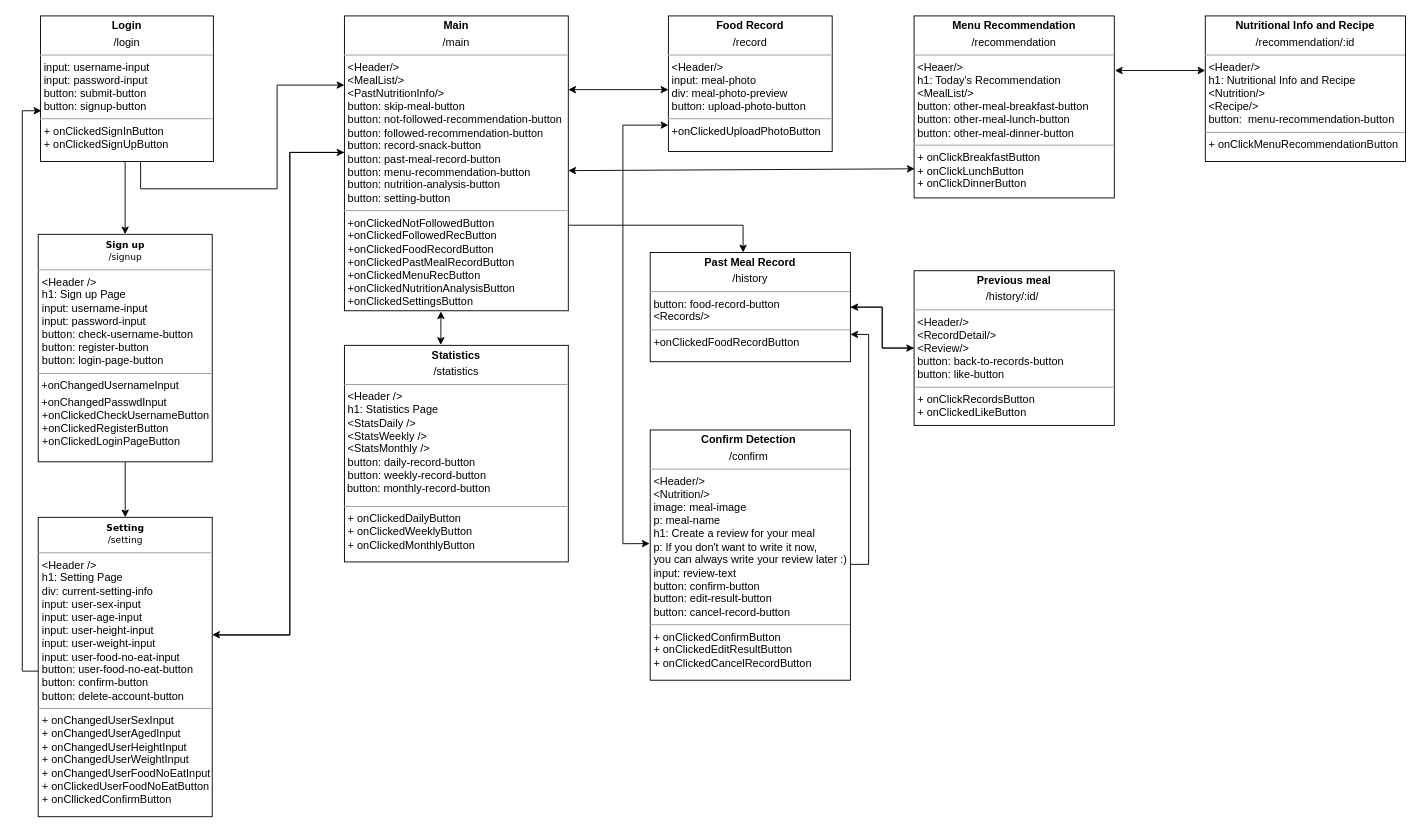
swsnu/swpp2021-team5 keeps this draw.io diagram as diagrams/Frontend_UML.drawio. Above is the earlier version. Source tidied: cells renumbered, new cells numbered last; positions are measured from the earlier drawing's top-left corner, leaving out a move shared by most shapes. Both pictures are drawn from the tidied source at 91%, with x=0, y=0 at pixel (22, 15).
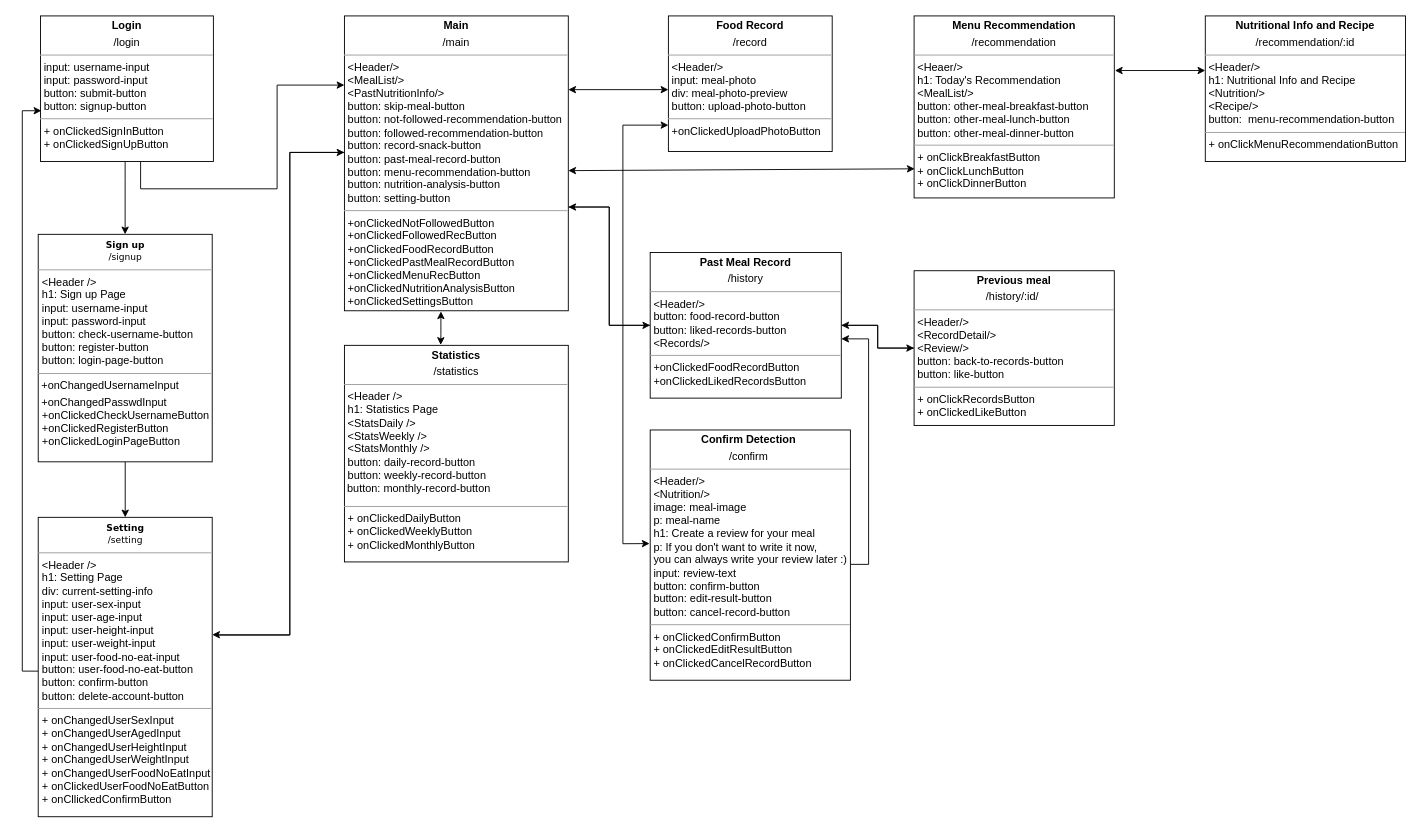
Above is the later version.

Unchanged cells that the change refers to:
```xml
<mxCell id="4" value="&lt;p style=&quot;margin: 0px ; margin-top: 4px ; text-align: center&quot;&gt;&lt;b&gt;Main&lt;/b&gt;&lt;/p&gt;&lt;p style=&quot;margin: 0px ; margin-top: 4px ; text-align: center&quot;&gt;/main&lt;/p&gt;&lt;hr size=&quot;1&quot;&gt;&lt;p style=&quot;margin: 0px ; margin-left: 4px&quot;&gt;&lt;span&gt;&amp;lt;Header/&amp;gt;&lt;/span&gt;&lt;/p&gt;&lt;p style=&quot;margin: 0px ; margin-left: 4px&quot;&gt;&lt;span&gt;&amp;lt;MealList/&amp;gt;&lt;/span&gt;&lt;br&gt;&lt;/p&gt;&lt;p style=&quot;margin: 0px ; margin-left: 4px&quot;&gt;&amp;lt;PastNutritionInfo/&amp;gt;&lt;/p&gt;&lt;p style=&quot;margin: 0px ; margin-left: 4px&quot;&gt;button: skip-meal-button&lt;/p&gt;&lt;p style=&quot;margin: 0px ; margin-left: 4px&quot;&gt;button: not-followed-recommendation-button&lt;/p&gt;&lt;p style=&quot;margin: 0px 0px 0px 4px&quot;&gt;button: followed-recommendation-button&lt;/p&gt;&lt;p style=&quot;margin: 0px ; margin-left: 4px&quot;&gt;&lt;span&gt;button: record-snack-button&lt;/span&gt;&lt;br&gt;&lt;/p&gt;&lt;p style=&quot;margin: 0px 0px 0px 4px&quot;&gt;button: past-meal-record-button&lt;/p&gt;&lt;p style=&quot;margin: 0px 0px 0px 4px&quot;&gt;button: menu-recommendation-button&lt;/p&gt;&lt;p style=&quot;margin: 0px 0px 0px 4px&quot;&gt;button: nutrition-analysis-button&lt;/p&gt;&lt;p style=&quot;margin: 0px 0px 0px 4px&quot;&gt;&lt;span&gt;button: setting-button&lt;/span&gt;&lt;br&gt;&lt;/p&gt;&lt;hr size=&quot;1&quot;&gt;&lt;p style=&quot;margin: 0px ; margin-left: 4px&quot;&gt;+onClickedNotFollowedButton&lt;/p&gt;&lt;p style=&quot;margin: 0px ; margin-left: 4px&quot;&gt;+onClickedFollowedRecButton&lt;br&gt;&lt;/p&gt;&lt;p style=&quot;margin: 0px ; margin-left: 4px&quot;&gt;+onClickedFoodRecordButton&lt;/p&gt;&lt;p style=&quot;margin: 0px 0px 0px 4px&quot;&gt;+onClickedPastMealRecordButton&lt;/p&gt;&lt;p style=&quot;margin: 0px ; margin-left: 4px&quot;&gt;+onClickedMenuRecButton&lt;/p&gt;&lt;p style=&quot;margin: 0px ; margin-left: 4px&quot;&gt;+onClickedNutritionAnalysisButton&lt;/p&gt;&lt;p style=&quot;margin: 0px ; margin-left: 4px&quot;&gt;&lt;span&gt;+onClickedSettingsButton&lt;/span&gt;&lt;br&gt;&lt;/p&gt;" style="verticalAlign=top;align=left;overflow=fill;fontSize=12;fontFamily=Helvetica;html=1;rounded=0;shadow=0;comic=0;labelBackgroundColor=none;strokeWidth=1;" parent="1" vertex="1">
  <mxGeometry x="354" width="246" height="324" as="geometry" />
</mxCell>
<mxCell id="17" value="&lt;p style=&quot;margin: 0px ; margin-top: 4px ; text-align: center&quot;&gt;&lt;b&gt;Confirm Detection&amp;nbsp;&lt;/b&gt;&lt;/p&gt;&lt;p style=&quot;margin: 0px ; margin-top: 4px ; text-align: center&quot;&gt;/confirm&lt;b&gt;&amp;nbsp;&lt;/b&gt;&lt;/p&gt;&lt;hr size=&quot;1&quot;&gt;&lt;p style=&quot;margin: 0px ; margin-left: 4px&quot;&gt;&amp;lt;Header/&amp;gt;&lt;/p&gt;&lt;p style=&quot;margin: 0px ; margin-left: 4px&quot;&gt;&amp;lt;Nutrition/&amp;gt;&lt;/p&gt;&lt;p style=&quot;margin: 0px ; margin-left: 4px&quot;&gt;image: meal-image&lt;/p&gt;&lt;p style=&quot;margin: 0px ; margin-left: 4px&quot;&gt;p: meal-name&lt;/p&gt;&lt;p style=&quot;margin: 0px 0px 0px 4px&quot;&gt;h1: Create a review for your meal&lt;/p&gt;&lt;p style=&quot;margin: 0px 0px 0px 4px&quot;&gt;p: If you don't want to write it now,&amp;nbsp;&lt;/p&gt;&lt;p style=&quot;margin: 0px 0px 0px 4px&quot;&gt;you can always write your review later :)&lt;/p&gt;&lt;p style=&quot;margin: 0px 0px 0px 4px&quot;&gt;input: review-text&lt;/p&gt;&lt;p style=&quot;margin: 0px ; margin-left: 4px&quot;&gt;&lt;span&gt;button: confirm-button&lt;/span&gt;&lt;br&gt;&lt;/p&gt;&lt;p style=&quot;margin: 0px ; margin-left: 4px&quot;&gt;button: edit-result-button&lt;/p&gt;&lt;p style=&quot;margin: 0px ; margin-left: 4px&quot;&gt;button: cancel-record-button&lt;/p&gt;&lt;hr size=&quot;1&quot;&gt;&lt;p style=&quot;margin: 0px ; margin-left: 4px&quot;&gt;+ onClickedConfirmButton&lt;/p&gt;&lt;p style=&quot;margin: 0px ; margin-left: 4px&quot;&gt;+ onClickedEditResultButton&lt;/p&gt;&lt;p style=&quot;margin: 0px 0px 0px 4px&quot;&gt;+ onClickedCancelRecordButton&lt;/p&gt;&lt;p style=&quot;margin: 0px ; margin-left: 4px&quot;&gt;&lt;br&gt;&lt;/p&gt;&lt;p style=&quot;margin: 0px ; margin-left: 4px&quot;&gt;&lt;br&gt;&lt;/p&gt;" style="verticalAlign=top;align=left;overflow=fill;fontSize=12;fontFamily=Helvetica;html=1;" parent="1" vertex="1">
  <mxGeometry x="690" y="455" width="220" height="275" as="geometry" />
</mxCell>
<mxCell id="21" value="&lt;p style=&quot;color: rgb(0 , 0 , 0) ; font-family: &amp;#34;helvetica&amp;#34; ; font-size: 12px ; font-style: normal ; font-weight: 400 ; letter-spacing: normal ; text-indent: 0px ; text-transform: none ; word-spacing: 0px ; margin: 4px 0px 0px ; text-align: center&quot;&gt;&lt;b style=&quot;background-color: rgb(255 , 255 , 255)&quot;&gt;Previous meal&lt;/b&gt;&lt;/p&gt;&lt;p style=&quot;color: rgb(0 , 0 , 0) ; font-family: &amp;#34;helvetica&amp;#34; ; font-size: 12px ; font-style: normal ; font-weight: 400 ; letter-spacing: normal ; text-indent: 0px ; text-transform: none ; word-spacing: 0px ; margin: 4px 0px 0px ; text-align: center&quot;&gt;&lt;span style=&quot;background-color: rgb(255 , 255 , 255)&quot;&gt;/history/:id/&lt;b&gt;&amp;nbsp;&lt;/b&gt;&lt;/span&gt;&lt;/p&gt;&lt;hr size=&quot;1&quot; style=&quot;color: rgb(0 , 0 , 0) ; font-family: &amp;#34;helvetica&amp;#34; ; font-size: 12px ; font-style: normal ; font-weight: 400 ; letter-spacing: normal ; text-align: left ; text-indent: 0px ; text-transform: none ; word-spacing: 0px&quot;&gt;&lt;p style=&quot;color: rgb(0 , 0 , 0) ; font-family: &amp;#34;helvetica&amp;#34; ; font-size: 12px ; font-style: normal ; font-weight: 400 ; letter-spacing: normal ; text-align: left ; text-indent: 0px ; text-transform: none ; word-spacing: 0px ; margin: 0px 0px 0px 4px&quot;&gt;&lt;span style=&quot;background-color: rgb(255 , 255 , 255)&quot;&gt;&amp;lt;Header/&amp;gt;&lt;/span&gt;&lt;/p&gt;&lt;p style=&quot;color: rgb(0 , 0 , 0) ; font-family: &amp;#34;helvetica&amp;#34; ; font-size: 12px ; font-style: normal ; font-weight: 400 ; letter-spacing: normal ; text-align: left ; text-indent: 0px ; text-transform: none ; word-spacing: 0px ; margin: 0px 0px 0px 4px&quot;&gt;&lt;span style=&quot;background-color: rgb(255 , 255 , 255)&quot;&gt;&amp;lt;RecordDetail/&amp;gt;&lt;/span&gt;&lt;/p&gt;&lt;p style=&quot;color: rgb(0 , 0 , 0) ; font-family: &amp;#34;helvetica&amp;#34; ; font-size: 12px ; font-style: normal ; font-weight: 400 ; letter-spacing: normal ; text-align: left ; text-indent: 0px ; text-transform: none ; word-spacing: 0px ; margin: 0px 0px 0px 4px&quot;&gt;&lt;span style=&quot;background-color: rgb(255 , 255 , 255)&quot;&gt;&amp;lt;Review/&amp;gt;&lt;/span&gt;&lt;/p&gt;&lt;p style=&quot;color: rgb(0 , 0 , 0) ; font-family: &amp;#34;helvetica&amp;#34; ; font-size: 12px ; font-style: normal ; font-weight: 400 ; letter-spacing: normal ; text-align: left ; text-indent: 0px ; text-transform: none ; word-spacing: 0px ; margin: 0px 0px 0px 4px&quot;&gt;&lt;span style=&quot;background-color: rgb(255 , 255 , 255)&quot;&gt;button: back-to-records-button&lt;/span&gt;&lt;/p&gt;&lt;p style=&quot;color: rgb(0 , 0 , 0) ; font-family: &amp;#34;helvetica&amp;#34; ; font-size: 12px ; font-style: normal ; font-weight: 400 ; letter-spacing: normal ; text-align: left ; text-indent: 0px ; text-transform: none ; word-spacing: 0px ; margin: 0px 0px 0px 4px&quot;&gt;&lt;span style=&quot;background-color: rgb(255 , 255 , 255)&quot;&gt;button: like-button&lt;/span&gt;&lt;/p&gt;&lt;hr size=&quot;1&quot; style=&quot;color: rgb(0 , 0 , 0) ; font-family: &amp;#34;helvetica&amp;#34; ; font-size: 12px ; font-style: normal ; font-weight: 400 ; letter-spacing: normal ; text-align: left ; text-indent: 0px ; text-transform: none ; word-spacing: 0px&quot;&gt;&lt;p style=&quot;color: rgb(0 , 0 , 0) ; font-family: &amp;#34;helvetica&amp;#34; ; font-size: 12px ; font-style: normal ; font-weight: 400 ; letter-spacing: normal ; text-align: left ; text-indent: 0px ; text-transform: none ; word-spacing: 0px ; margin: 0px 0px 0px 4px&quot;&gt;&lt;span style=&quot;background-color: rgb(255 , 255 , 255)&quot;&gt;+ onClickRecordsButton&lt;/span&gt;&lt;/p&gt;&lt;p style=&quot;color: rgb(0 , 0 , 0) ; font-family: &amp;#34;helvetica&amp;#34; ; font-size: 12px ; font-style: normal ; font-weight: 400 ; letter-spacing: normal ; text-align: left ; text-indent: 0px ; text-transform: none ; word-spacing: 0px ; margin: 0px 0px 0px 4px&quot;&gt;&lt;span style=&quot;background-color: rgb(255 , 255 , 255)&quot;&gt;+ onClickedLikeButton&lt;/span&gt;&lt;/p&gt;" style="verticalAlign=top;align=left;overflow=fill;fontSize=12;fontFamily=Helvetica;html=1;" parent="1" vertex="1">
  <mxGeometry x="980" y="280" width="220" height="170" as="geometry" />
</mxCell>
```

What changed in the source:
```diff
@@
+    <mxCell id="28" style="edgeStyle=orthogonalEdgeStyle;rounded=0;jettySize=auto;html=1;" parent="1" edge="1" source="4" target="31">
+      <mxGeometry relative="1" as="geometry">
+        <Array as="points">
+          <mxPoint x="645" y="210" />
+          <mxPoint x="645" y="340" />
+        </Array>
+      </mxGeometry>
+    </mxCell>
@@
-    <mxCell id="8" style="edgeStyle=orthogonalEdgeStyle;rounded=0;jettySize=auto;html=1;entryX=0.464;entryY=-0.001;entryDx=0;entryDy=0;fontColor=#FFFFFF;entryPerimeter=0;" parent="1" edge="1" source="4" target="11">
-      <mxGeometry relative="1" as="geometry">
-        <Array as="points">
-          <mxPoint x="792" y="230" />
-        </Array>
-      </mxGeometry>
-    </mxCell>
@@
-    <mxCell id="10" style="edgeStyle=orthogonalEdgeStyle;rounded=0;jettySize=auto;html=1;entryX=0;entryY=0.5;entryDx=0;entryDy=0;" parent="1" edge="1" source="11" target="21">
-      <mxGeometry relative="1" as="geometry" />
-    </mxCell>
-    <mxCell id="11" value="&lt;p style=&quot;margin: 0px ; margin-top: 4px ; text-align: center&quot;&gt;&lt;b&gt;Past Meal Record&lt;/b&gt;&lt;/p&gt;&lt;p style=&quot;margin: 0px ; margin-top: 4px ; text-align: center&quot;&gt;/history&lt;/p&gt;&lt;hr size=&quot;1&quot;&gt;&lt;p style=&quot;margin: 0px 0px 0px 4px&quot;&gt;button: food-record-button&lt;/p&gt;&lt;p style=&quot;margin: 0px 0px 0px 4px&quot;&gt;&amp;lt;Records/&amp;gt;&lt;/p&gt;&lt;hr size=&quot;1&quot;&gt;&lt;p style=&quot;margin: 0px ; margin-left: 4px&quot;&gt;+onClickedFoodRecordButton&lt;/p&gt;" style="verticalAlign=top;align=left;overflow=fill;fontSize=12;fontFamily=Helvetica;html=1;rounded=0;shadow=0;comic=0;labelBackgroundColor=none;strokeWidth=1;" parent="1" vertex="1">
-      <mxGeometry x="690" y="260" width="220" height="120" as="geometry" />
-    </mxCell>
@@
-    <mxCell id="16" style="edgeStyle=orthogonalEdgeStyle;rounded=0;jettySize=auto;html=1;entryX=1;entryY=0.75;entryDx=0;entryDy=0;exitX=0.999;exitY=0.537;exitDx=0;exitDy=0;exitPerimeter=0;" parent="1" edge="1" source="17" target="11">
-      <mxGeometry relative="1" as="geometry" />
+    <mxCell id="16" style="edgeStyle=orthogonalEdgeStyle;rounded=0;jettySize=auto;html=1;entryX=1;entryY=0.593;entryDx=0;entryDy=0;exitX=0.999;exitY=0.537;exitDx=0;exitDy=0;exitPerimeter=0;entryPerimeter=0;" parent="1" edge="1" source="17" target="31">
+      <mxGeometry relative="1" as="geometry">
+        <Array as="points">
+          <mxPoint x="930" y="603" />
+          <mxPoint x="930" y="355" />
+        </Array>
+      </mxGeometry>
     </mxCell>
@@
-    <mxCell id="20" style="edgeStyle=orthogonalEdgeStyle;rounded=0;jettySize=auto;html=1;entryX=1;entryY=0.5;entryDx=0;entryDy=0;" parent="1" edge="1" source="21" target="11">
+    <mxCell id="20" style="edgeStyle=orthogonalEdgeStyle;rounded=0;jettySize=auto;html=1;" parent="1" edge="1" source="21" target="31">
       <mxGeometry relative="1" as="geometry" />
     </mxCell>
@@
+    <mxCell id="29" style="edgeStyle=orthogonalEdgeStyle;rounded=0;jettySize=auto;html=1;entryX=0;entryY=0.5;entryDx=0;entryDy=0;" parent="1" edge="1" source="31" target="21">
+      <mxGeometry relative="1" as="geometry" />
+    </mxCell>
+    <mxCell id="30" style="edgeStyle=orthogonalEdgeStyle;rounded=0;jettySize=auto;html=1;" parent="1" edge="1" source="31" target="4">
+      <mxGeometry relative="1" as="geometry">
+        <Array as="points">
+          <mxPoint x="645" y="340" />
+          <mxPoint x="645" y="210" />
+        </Array>
+      </mxGeometry>
+    </mxCell>
+    <mxCell id="31" value="&lt;p style=&quot;margin: 0px ; margin-top: 4px ; text-align: center&quot;&gt;&lt;b&gt;Past Meal Record&lt;/b&gt;&lt;/p&gt;&lt;p style=&quot;margin: 0px ; margin-top: 4px ; text-align: center&quot;&gt;/history&lt;/p&gt;&lt;hr size=&quot;1&quot;&gt;&lt;p style=&quot;margin: 0px 0px 0px 4px&quot;&gt;&amp;lt;Header/&amp;gt;&lt;/p&gt;&lt;p style=&quot;margin: 0px 0px 0px 4px&quot;&gt;button: food-record-button&lt;/p&gt;&lt;p style=&quot;margin: 0px 0px 0px 4px&quot;&gt;button: liked-records-button&lt;/p&gt;&lt;p style=&quot;margin: 0px 0px 0px 4px&quot;&gt;&amp;lt;Records/&amp;gt;&lt;/p&gt;&lt;hr size=&quot;1&quot;&gt;&lt;p style=&quot;margin: 0px ; margin-left: 4px&quot;&gt;+onClickedFoodRecordButton&lt;/p&gt;&lt;p style=&quot;margin: 0px ; margin-left: 4px&quot;&gt;+onClickedLikedRecordsButton&lt;/p&gt;" style="verticalAlign=top;align=left;overflow=fill;fontSize=12;fontFamily=Helvetica;html=1;rounded=0;shadow=0;comic=0;labelBackgroundColor=none;strokeWidth=1;" parent="1" vertex="1">
+      <mxGeometry x="690" y="260" width="210" height="160" as="geometry" />
+    </mxCell>
```
